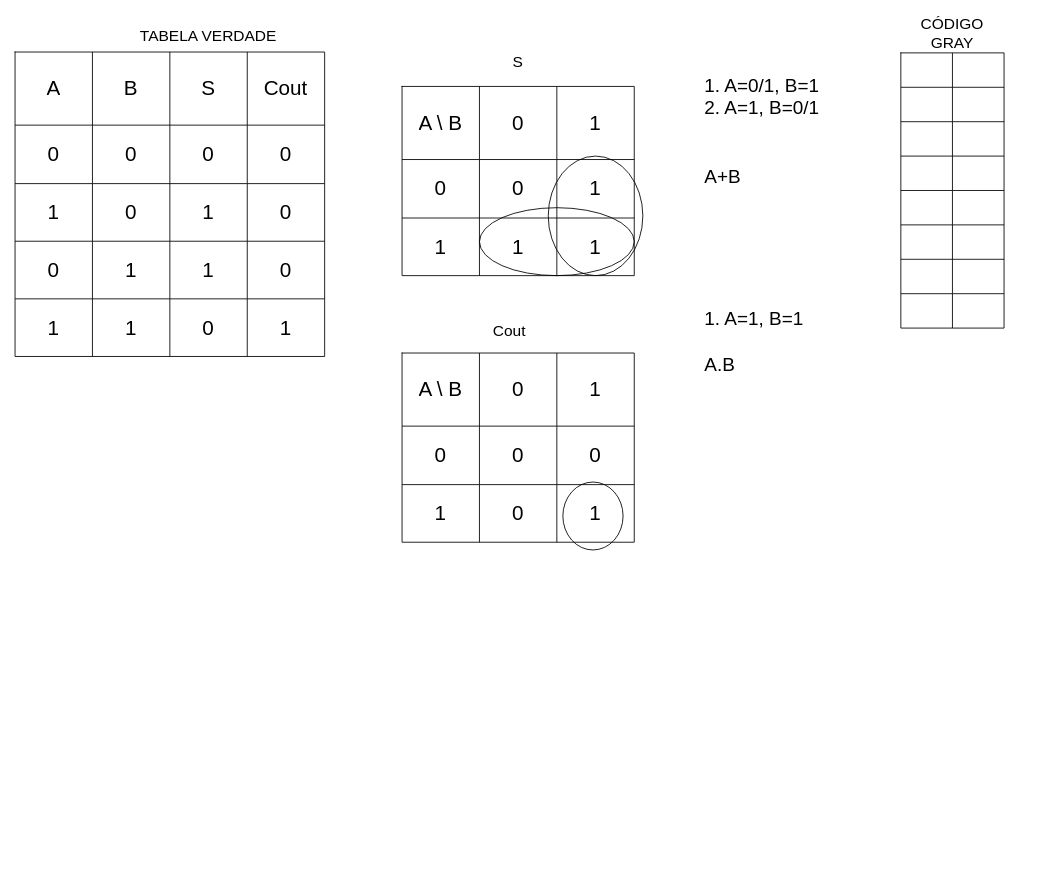
This is page "Algebra-Booleana_Circuitos-Digitais" (1 of 2) of UC_MCA_UNIFACS_aula-revisão.drawio from nobertomaciel/MATAC-Unifacs, a draw.io file, before an edit. Source tidied: cells renumbered, new cells numbered last; positions are measured from the earlier drawing's top-left corner, leaving out a move shared by most shapes. Both pictures are drawn from the tidied source at 86%, with x=0, y=0 at pixel (15, 15).
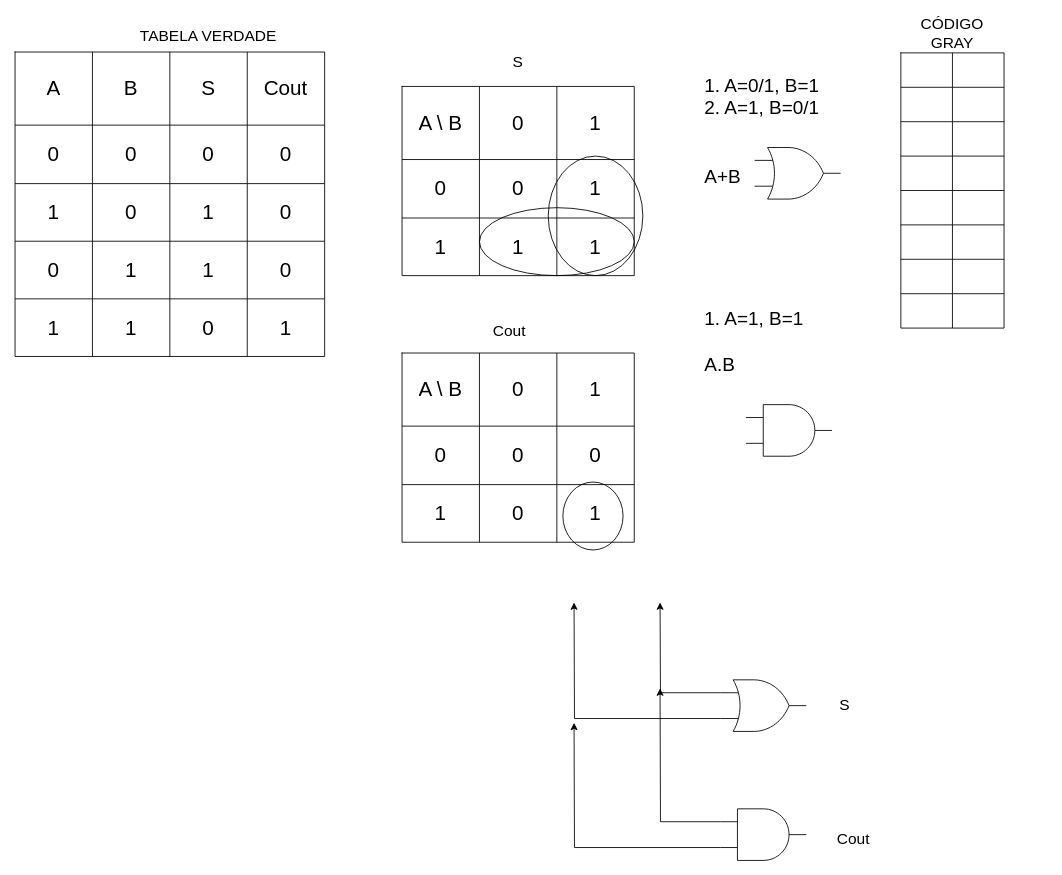
Above is the later version.

What changed in the source:
```diff
@@
     <mxCell id="42" value="S" style="text;html=1;whiteSpace=wrap;strokeColor=none;fillColor=none;align=center;verticalAlign=middle;rounded=0;fontSize=18;" parent="1" vertex="1">
-      <mxGeometry x="360" y="40" width="450" height="30" as="geometry" />
+      <mxGeometry x="450" y="40" width="270" height="30" as="geometry" />
     </mxCell>
@@
+    <mxCell id="88" style="verticalLabelPosition=bottom;shadow=0;dashed=0;align=center;html=1;verticalAlign=top;shape=mxgraph.electrical.logic_gates.logic_gate;operation=or;" parent="1" vertex="1">
+      <mxGeometry x="860" y="154" width="100" height="60" as="geometry" />
+    </mxCell>
+    <mxCell id="89" style="verticalLabelPosition=bottom;shadow=0;dashed=0;align=center;html=1;verticalAlign=top;shape=mxgraph.electrical.logic_gates.logic_gate;operation=and;" parent="1" vertex="1">
+      <mxGeometry x="850" y="453" width="100" height="60" as="geometry" />
+    </mxCell>
+    <mxCell id="90" style="edgeStyle=orthogonalEdgeStyle;rounded=0;jettySize=auto;html=1;exitX=0;exitY=0.25;exitDx=0;exitDy=0;exitPerimeter=0;" parent="1" edge="1" source="92">
+      <mxGeometry relative="1" as="geometry">
+        <mxPoint x="750" y="683" as="targetPoint" />
+      </mxGeometry>
+    </mxCell>
+    <mxCell id="91" style="edgeStyle=orthogonalEdgeStyle;rounded=0;jettySize=auto;html=1;exitX=0;exitY=0.75;exitDx=0;exitDy=0;exitPerimeter=0;" parent="1" edge="1" source="92">
+      <mxGeometry relative="1" as="geometry">
+        <mxPoint x="650" y="683" as="targetPoint" />
+      </mxGeometry>
+    </mxCell>
+    <mxCell id="92" style="verticalLabelPosition=bottom;shadow=0;dashed=0;align=center;html=1;verticalAlign=top;shape=mxgraph.electrical.logic_gates.logic_gate;operation=or;" parent="1" vertex="1">
+      <mxGeometry x="820" y="773" width="100" height="60" as="geometry" />
+    </mxCell>
+    <mxCell id="93" style="edgeStyle=orthogonalEdgeStyle;rounded=0;jettySize=auto;html=1;exitX=0;exitY=0.25;exitDx=0;exitDy=0;exitPerimeter=0;" parent="1" edge="1" source="95">
+      <mxGeometry relative="1" as="geometry">
+        <mxPoint x="750" y="783" as="targetPoint" />
+      </mxGeometry>
+    </mxCell>
+    <mxCell id="94" style="edgeStyle=orthogonalEdgeStyle;rounded=0;jettySize=auto;html=1;exitX=0;exitY=0.75;exitDx=0;exitDy=0;exitPerimeter=0;" parent="1" edge="1" source="95">
+      <mxGeometry relative="1" as="geometry">
+        <mxPoint x="650" y="823" as="targetPoint" />
+      </mxGeometry>
+    </mxCell>
+    <mxCell id="95" style="verticalLabelPosition=bottom;shadow=0;dashed=0;align=center;html=1;verticalAlign=top;shape=mxgraph.electrical.logic_gates.logic_gate;operation=and;" parent="1" vertex="1">
+      <mxGeometry x="820" y="923" width="100" height="60" as="geometry" />
+    </mxCell>
+    <mxCell id="96" value="Cout" style="text;html=1;whiteSpace=wrap;strokeColor=none;fillColor=none;align=center;verticalAlign=middle;rounded=0;fontSize=18;" parent="1" vertex="1">
+      <mxGeometry x="750" y="943" width="450" height="30" as="geometry" />
+    </mxCell>
+    <mxCell id="97" value="S" style="text;html=1;whiteSpace=wrap;strokeColor=none;fillColor=none;align=center;verticalAlign=middle;rounded=0;fontSize=18;" parent="1" vertex="1">
+      <mxGeometry x="740" y="788" width="450" height="30" as="geometry" />
+    </mxCell>
```
